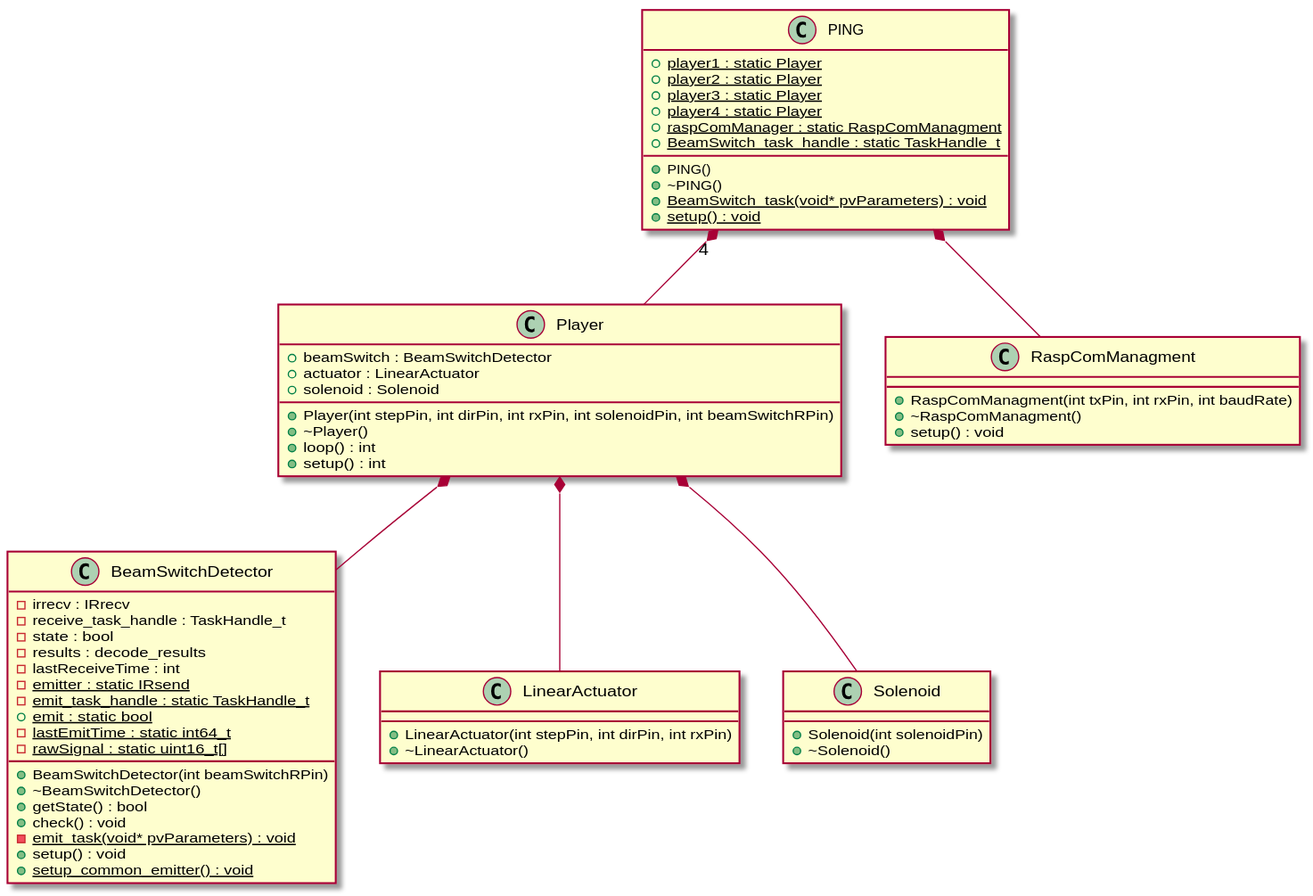
The PlantUML diagram docs/esp32.svg in tonysoux/PING22, before a commit.
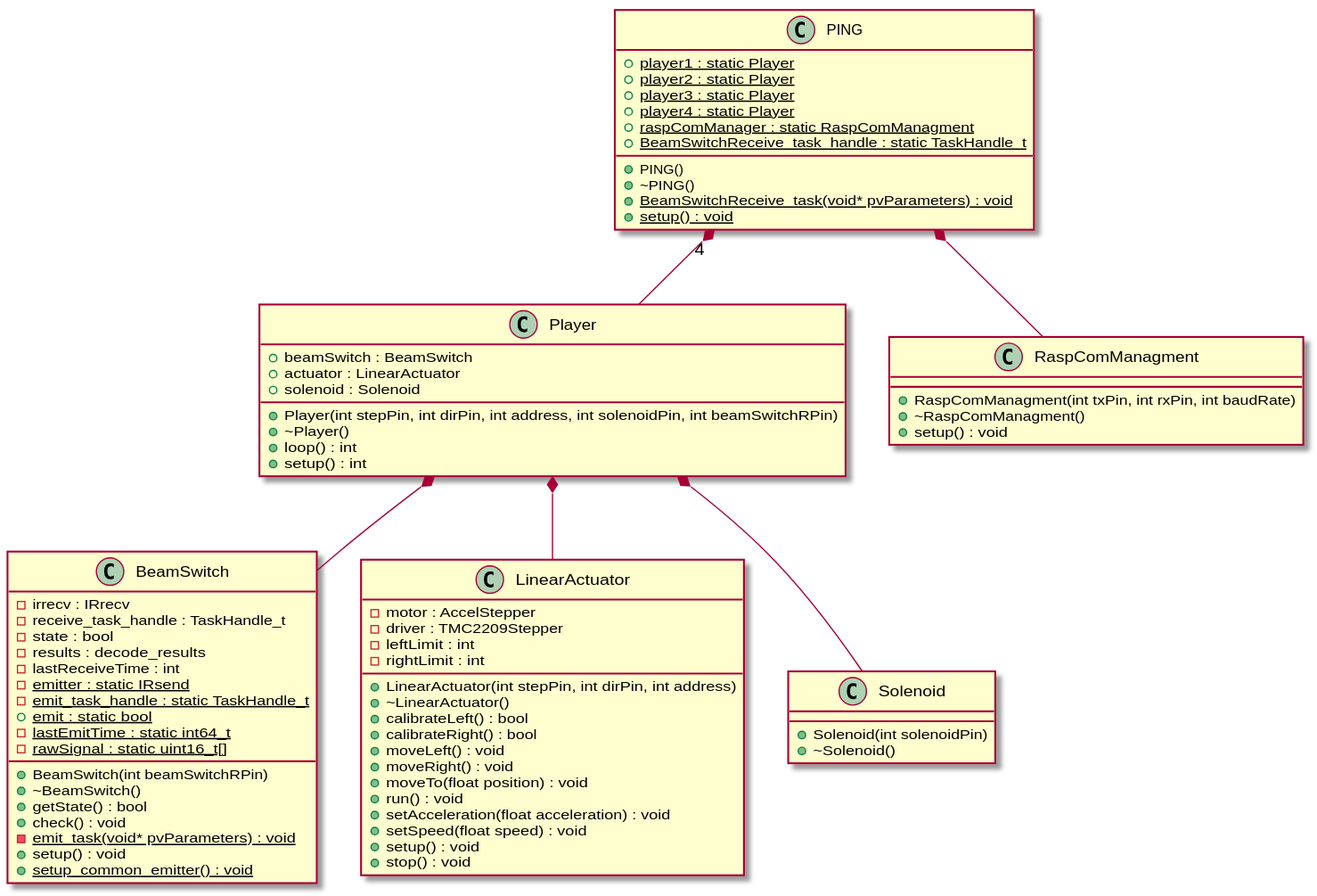
The same file after the commit.

Commit message:
Updated UML diagram

Diff of the diagram source:
```diff
@@ -5,9 +5,9 @@
 
 
 
-class BeamSwitchDetector {
-	+BeamSwitchDetector(int beamSwitchRPin)
-	+~BeamSwitchDetector()
+class BeamSwitch {
+	+BeamSwitch(int beamSwitchRPin)
+	+~BeamSwitch()
 	-irrecv : IRrecv
 	-receive_task_handle : TaskHandle_t
 	+getState() : bool
@@ -27,8 +27,22 @@
 
 
 class LinearActuator {
-	+LinearActuator(int stepPin, int dirPin, int rxPin)
+	+LinearActuator(int stepPin, int dirPin, int address)
 	+~LinearActuator()
+	-motor : AccelStepper
+	-driver : TMC2209Stepper
+	+calibrateLeft() : bool
+	+calibrateRight() : bool
+	-leftLimit : int
+	-rightLimit : int
+	+moveLeft() : void
+	+moveRight() : void
+	+moveTo(float position) : void
+	+run() : void
+	+setAcceleration(float acceleration) : void
+	+setSpeed(float speed) : void
+	+setup() : void
+	+stop() : void
 }
 
 
@@ -40,16 +54,16 @@
 	+{static} player3 : static Player
 	+{static} player4 : static Player
 	+{static} raspComManager : static RaspComManagment
-	+{static} BeamSwitch_task_handle : static TaskHandle_t
-	+{static} BeamSwitch_task(void* pvParameters) : void
+	+{static} BeamSwitchReceive_task_handle : static TaskHandle_t
+	+{static} BeamSwitchReceive_task(void* pvParameters) : void
 	+{static} setup() : void
 }
 
 
 class Player {
-	+Player(int stepPin, int dirPin, int rxPin, int solenoidPin, int beamSwitchRPin)
+	+Player(int stepPin, int dirPin, int address, int solenoidPin, int beamSwitchRPin)
 	+~Player()
-	+beamSwitch : BeamSwitchDetector
+	+beamSwitch : BeamSwitch
 	+actuator : LinearActuator
 	+solenoid : Solenoid
 	+loop() : int
@@ -84,7 +98,7 @@
 PING *-- RaspComManagment
 
 
-Player *-- BeamSwitchDetector
+Player *-- BeamSwitch
 
 
 Player *-- LinearActuator
```
